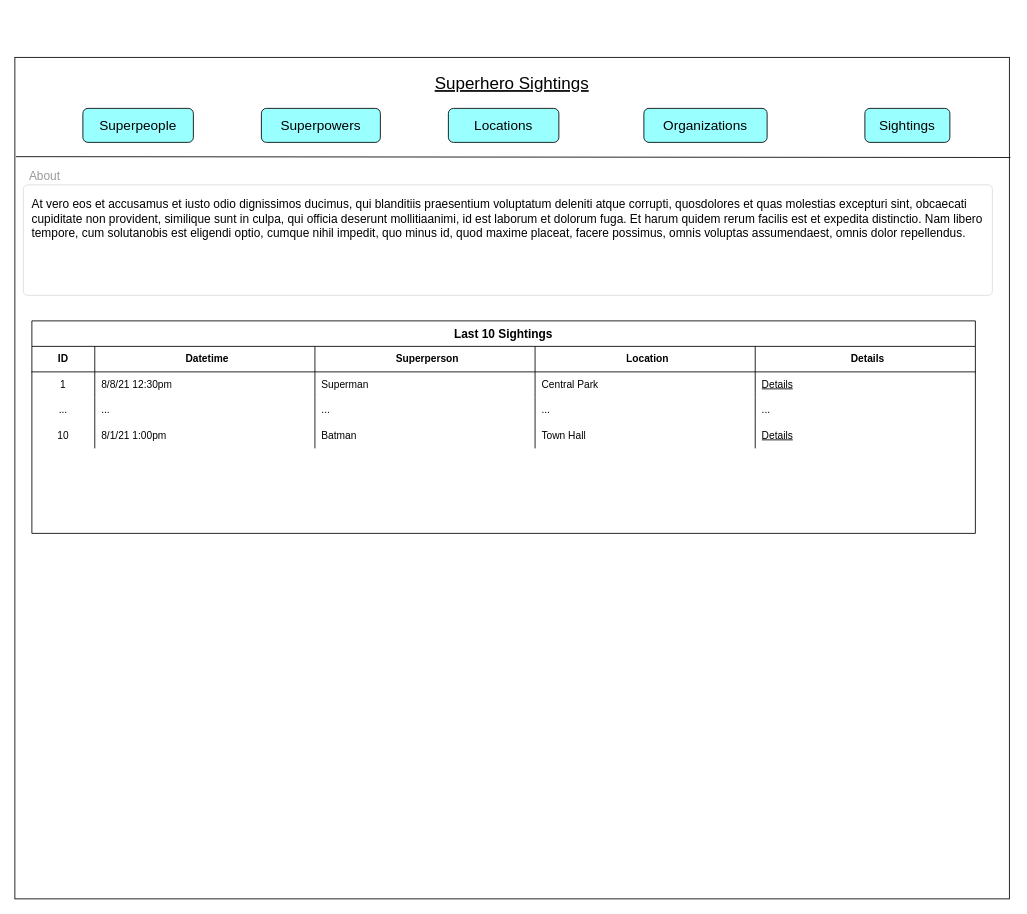
This is page "Home Page" (1 of 21) of superpersonsightings-wireframes.drawio from The-Software-Guild/superhero-sightings-assessment-austinwongdev, a draw.io file, before an edit. Source tidied: cells renumbered, new cells numbered last; positions are measured from the earlier drawing's top-left corner, leaving out a move shared by most shapes. Both pictures are drawn from the tidied source at 85%, with x=0, y=0 at pixel (14, 57).
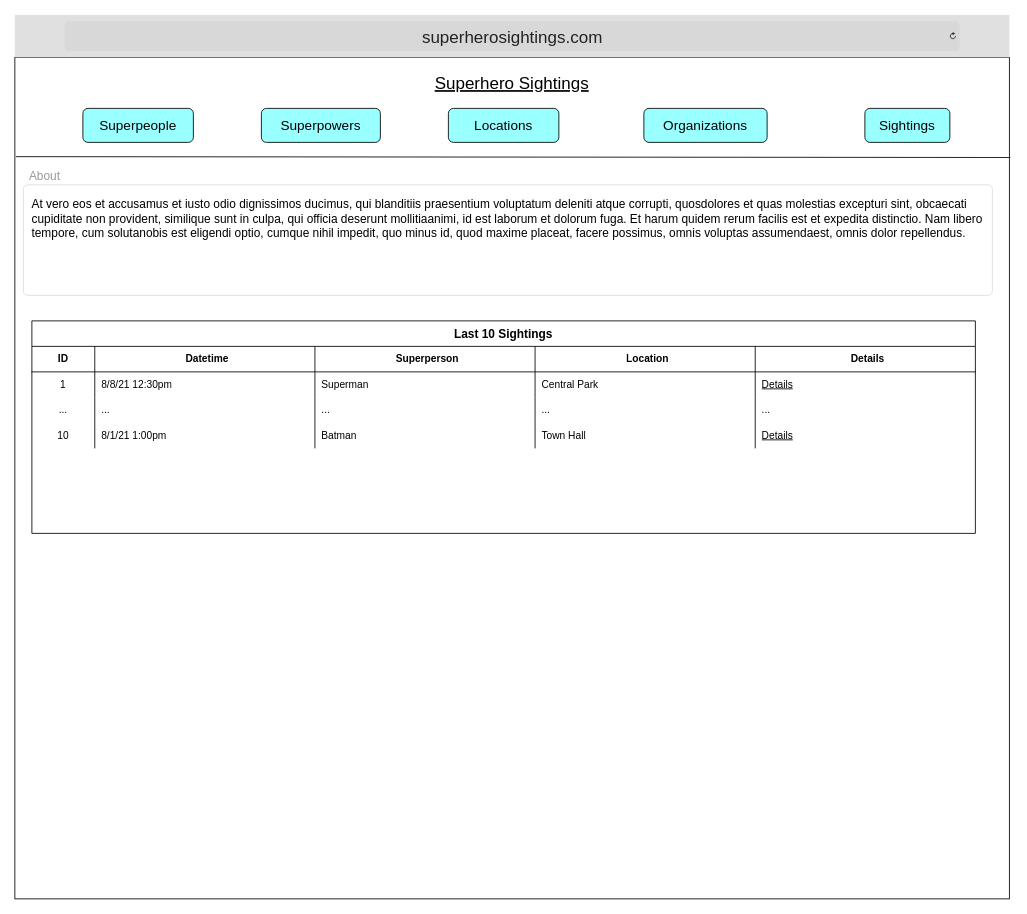
The same diagram, later.

What changed in the source:
```diff
@@
+    <mxCell id="38" value="&lt;font style=&quot;font-size: 20px&quot;&gt;superherosightings.com&lt;/font&gt;" style="html=1;strokeWidth=1;shadow=0;dashed=0;shape=mxgraph.ios7ui.url;fillColor=#e0e0e0;strokeColor=#c0c0c0;buttonText=;strokeColor2=#222222;fontColor=#222222;fontSize=8;spacingTop=2;align=center;" parent="1" vertex="1">
+      <mxGeometry y="-50" width="1170" height="50" as="geometry" />
+    </mxCell>
```
